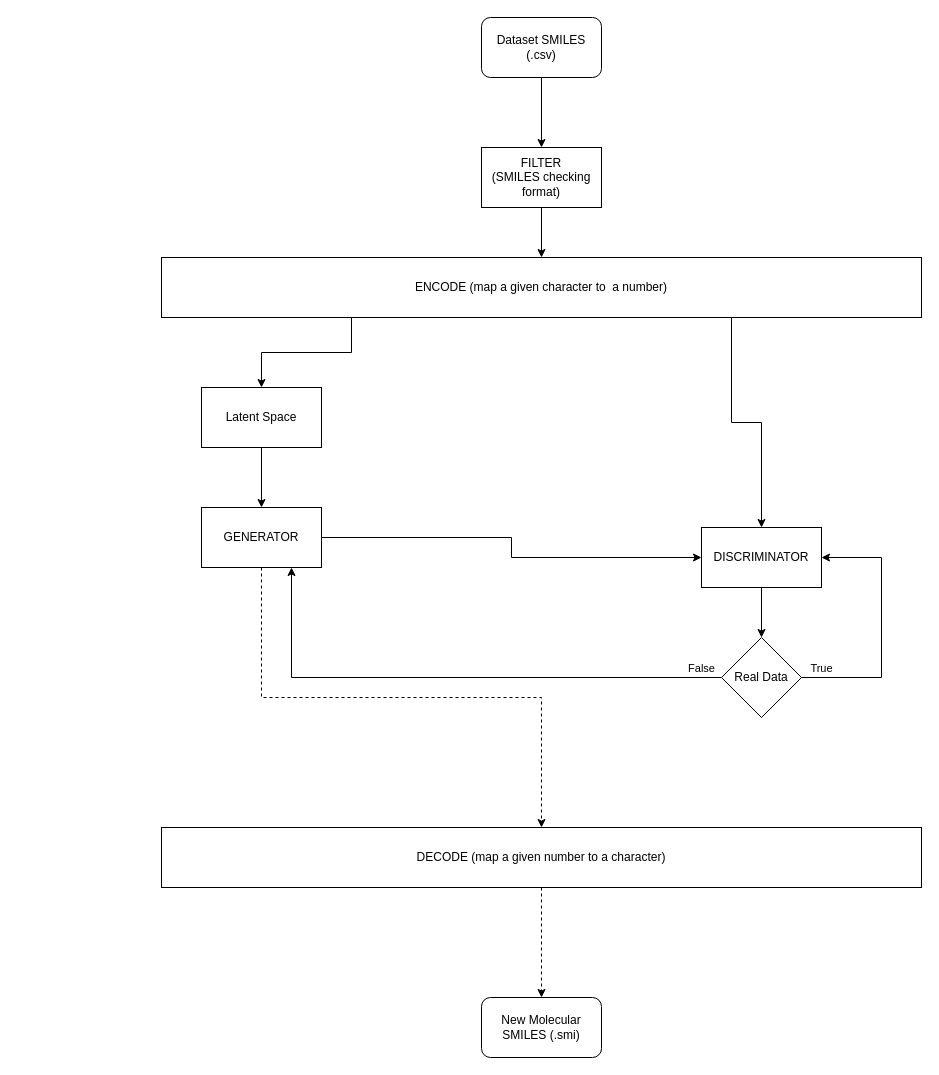
The draw.io diagram GAN.drawio in tahiri-lab/QSAR, before the edit. Source tidied: cells renumbered, new cells numbered last; positions are measured from the earlier drawing's top-left corner, leaving out a move shared by most shapes. Both pictures are drawn from the tidied source at 100%, with x=0, y=0 at pixel (161, 17).
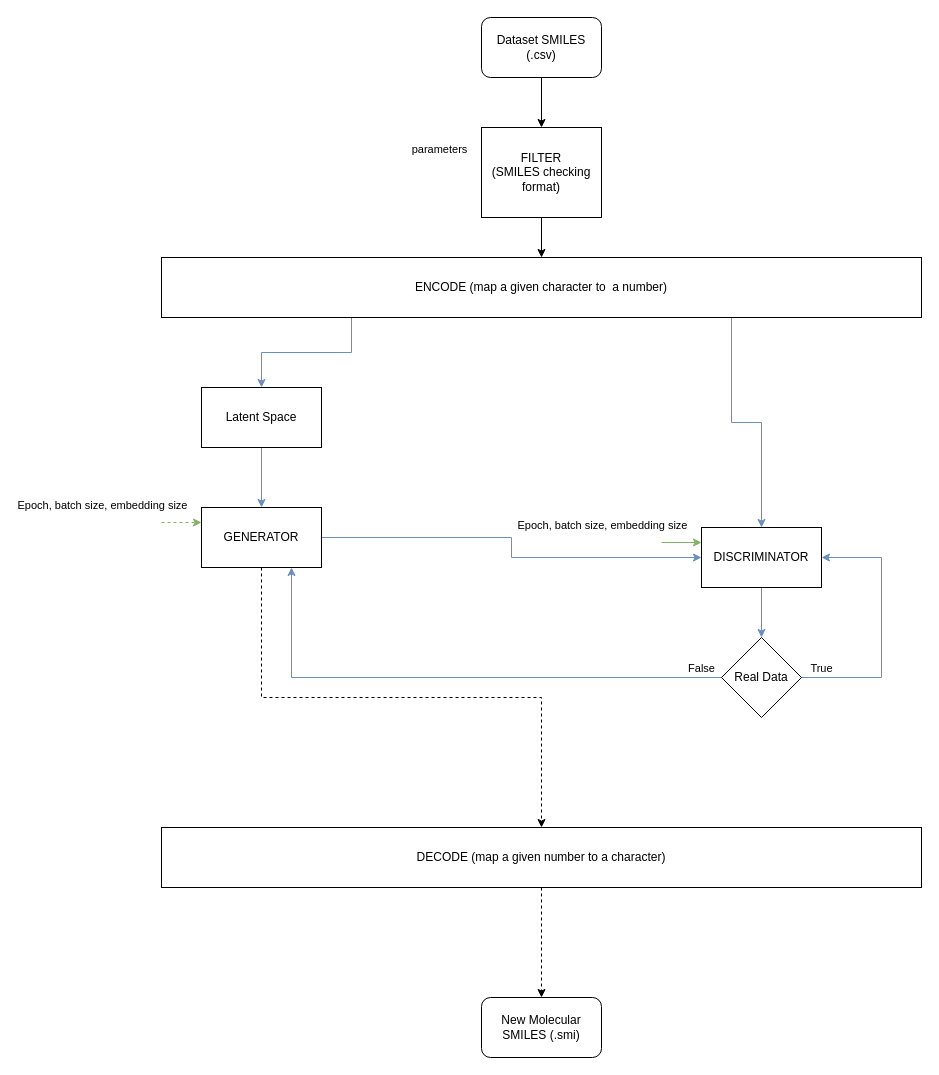
Above is the later version.

Commit message:
Mettre à jour GAN.drawio

The change refers to these unchanged cells:
```xml
<mxCell id="8" value="ENCODE (map a given character to&amp;nbsp; a number)" style="rounded=0;whiteSpace=wrap;html=1;" parent="1" vertex="1">
  <mxGeometry y="240" width="760" height="60" as="geometry" />
</mxCell>
<mxCell id="10" value="Latent Space" style="rounded=0;whiteSpace=wrap;html=1;" parent="1" vertex="1">
  <mxGeometry x="40" y="370" width="120" height="60" as="geometry" />
</mxCell>
<mxCell id="13" value="GENERATOR" style="rounded=0;whiteSpace=wrap;html=1;" parent="1" vertex="1">
  <mxGeometry x="40" y="490" width="120" height="60" as="geometry" />
</mxCell>
<mxCell id="15" value="DISCRIMINATOR" style="rounded=0;whiteSpace=wrap;html=1;" parent="1" vertex="1">
  <mxGeometry x="540" y="510" width="120" height="60" as="geometry" />
</mxCell>
<mxCell id="20" value="Real Data" style="rhombus;whiteSpace=wrap;html=1;" parent="1" vertex="1">
  <mxGeometry x="560" y="620" width="80" height="80" as="geometry" />
</mxCell>
```

What changed in the source:
```diff
@@
     <mxCell id="3" value="FILTER&lt;br&gt;(SMILES checking format)" style="rounded=0;whiteSpace=wrap;html=1;" parent="1" vertex="1">
-      <mxGeometry x="320" y="130" width="120" height="60" as="geometry" />
+      <mxGeometry x="320" y="110" width="120" height="90" as="geometry" />
     </mxCell>
@@
-    <mxCell id="6" style="edgeStyle=orthogonalEdgeStyle;rounded=0;jettySize=auto;html=1;exitX=0.25;exitY=1;exitDx=0;exitDy=0;entryX=0.5;entryY=0;entryDx=0;entryDy=0;" parent="1" edge="1" source="8" target="10">
+    <mxCell id="6" style="edgeStyle=orthogonalEdgeStyle;rounded=0;jettySize=auto;html=1;exitX=0.25;exitY=1;exitDx=0;exitDy=0;entryX=0.5;entryY=0;entryDx=0;entryDy=0;fillColor=#dae8fc;strokeColor=#6c8ebf;" parent="1" edge="1" source="8" target="10">
       <mxGeometry relative="1" as="geometry" />
     </mxCell>
-    <mxCell id="7" style="edgeStyle=orthogonalEdgeStyle;rounded=0;jettySize=auto;html=1;exitX=0.75;exitY=1;exitDx=0;exitDy=0;entryX=0.5;entryY=0;entryDx=0;entryDy=0;" parent="1" edge="1" source="8" target="15">
+    <mxCell id="7" style="edgeStyle=orthogonalEdgeStyle;rounded=0;jettySize=auto;html=1;exitX=0.75;exitY=1;exitDx=0;exitDy=0;entryX=0.5;entryY=0;entryDx=0;entryDy=0;fillColor=#dae8fc;strokeColor=#6c8ebf;" parent="1" edge="1" source="8" target="15">
       <mxGeometry relative="1" as="geometry" />
     </mxCell>
@@
-    <mxCell id="9" style="edgeStyle=orthogonalEdgeStyle;rounded=0;jettySize=auto;html=1;exitX=0.5;exitY=1;exitDx=0;exitDy=0;entryX=0.5;entryY=0;entryDx=0;entryDy=0;" parent="1" edge="1" source="10" target="13">
+    <mxCell id="9" style="edgeStyle=orthogonalEdgeStyle;rounded=0;jettySize=auto;html=1;exitX=0.5;exitY=1;exitDx=0;exitDy=0;entryX=0.5;entryY=0;entryDx=0;entryDy=0;fillColor=#dae8fc;strokeColor=#6c8ebf;" parent="1" edge="1" source="10" target="13">
       <mxGeometry relative="1" as="geometry" />
     </mxCell>
@@
-    <mxCell id="11" style="edgeStyle=orthogonalEdgeStyle;rounded=0;jettySize=auto;html=1;exitX=1;exitY=0.5;exitDx=0;exitDy=0;entryX=0;entryY=0.5;entryDx=0;entryDy=0;" parent="1" edge="1" source="13" target="15">
+    <mxCell id="11" style="edgeStyle=orthogonalEdgeStyle;rounded=0;jettySize=auto;html=1;exitX=1;exitY=0.5;exitDx=0;exitDy=0;entryX=0;entryY=0.5;entryDx=0;entryDy=0;fillColor=#dae8fc;strokeColor=#6c8ebf;" parent="1" edge="1" source="13" target="15">
       <mxGeometry relative="1" as="geometry" />
     </mxCell>
@@
-    <mxCell id="14" style="edgeStyle=orthogonalEdgeStyle;rounded=0;jettySize=auto;html=1;exitX=0.5;exitY=1;exitDx=0;exitDy=0;entryX=0.5;entryY=0;entryDx=0;entryDy=0;" parent="1" edge="1" source="15" target="20">
+    <mxCell id="14" style="edgeStyle=orthogonalEdgeStyle;rounded=0;jettySize=auto;html=1;exitX=0.5;exitY=1;exitDx=0;exitDy=0;entryX=0.5;entryY=0;entryDx=0;entryDy=0;fillColor=#dae8fc;strokeColor=#6c8ebf;" parent="1" edge="1" source="15" target="20">
       <mxGeometry relative="1" as="geometry" />
     </mxCell>
@@
-    <mxCell id="16" style="edgeStyle=orthogonalEdgeStyle;rounded=0;jettySize=auto;html=1;exitX=0;exitY=0.5;exitDx=0;exitDy=0;entryX=0.75;entryY=1;entryDx=0;entryDy=0;" parent="1" edge="1" source="20" target="13">
+    <mxCell id="16" style="edgeStyle=orthogonalEdgeStyle;rounded=0;jettySize=auto;html=1;exitX=0;exitY=0.5;exitDx=0;exitDy=0;entryX=0.75;entryY=1;entryDx=0;entryDy=0;fillColor=#dae8fc;strokeColor=#6c8ebf;" parent="1" edge="1" source="20" target="13">
       <mxGeometry relative="1" as="geometry" />
     </mxCell>
@@
-    <mxCell id="18" style="edgeStyle=orthogonalEdgeStyle;rounded=0;jettySize=auto;html=1;exitX=1;exitY=0.5;exitDx=0;exitDy=0;entryX=1;entryY=0.5;entryDx=0;entryDy=0;" parent="1" edge="1" source="20" target="15">
+    <mxCell id="18" style="edgeStyle=orthogonalEdgeStyle;rounded=0;jettySize=auto;html=1;exitX=1;exitY=0.5;exitDx=0;exitDy=0;entryX=1;entryY=0.5;entryDx=0;entryDy=0;fillColor=#dae8fc;strokeColor=#6c8ebf;" parent="1" edge="1" source="20" target="15">
       <mxGeometry relative="1" as="geometry">
         <Array as="points">
           <mxPoint x="720" y="660" />
           <mxPoint x="720" y="540" />
         </Array>
       </mxGeometry>
     </mxCell>
@@
+    <mxCell id="24" style="endArrow=classic;html=1;rounded=0;entryX=0;entryY=0.25;entryDx=0;entryDy=0;fillColor=#d5e8d4;strokeColor=#82b366;" parent="1" edge="1" target="15">
+      <mxGeometry relative="1" as="geometry">
+        <mxPoint x="500" y="525" as="sourcePoint" />
+      </mxGeometry>
+    </mxCell>
+    <mxCell id="25" style="endArrow=classic;html=1;rounded=0;entryX=0;entryY=0.25;entryDx=0;entryDy=0;fillColor=#d5e8d4;strokeColor=#82b366;dashed=1;" parent="1" edge="1" target="13">
+      <mxGeometry relative="1" as="geometry">
+        <mxPoint y="505" as="sourcePoint" />
+      </mxGeometry>
+    </mxCell>
+    <mxCell id="26" value="&lt;br&gt;Epoch, batch size, embedding size" style="edgeLabel;html=1;align=center;verticalAlign=middle;" parent="25" vertex="1">
+      <mxGeometry x="0.05" y="-1" relative="1" as="geometry">
+        <mxPoint x="-81" y="-26" as="offset" />
+      </mxGeometry>
+    </mxCell>
+    <mxCell id="27" value="parameters" style="edgeLabel;html=1;align=center;verticalAlign=middle;" parent="1" vertex="1">
+      <mxGeometry y="410" as="geometry">
+        <mxPoint x="277" y="-279" as="offset" />
+      </mxGeometry>
+    </mxCell>
+    <mxCell id="28" value="&lt;br&gt;Epoch, batch size, embedding size" style="edgeLabel;html=1;align=center;verticalAlign=middle;" parent="1" vertex="1">
+      <mxGeometry x="440" y="500" as="geometry" />
+    </mxCell>
```
